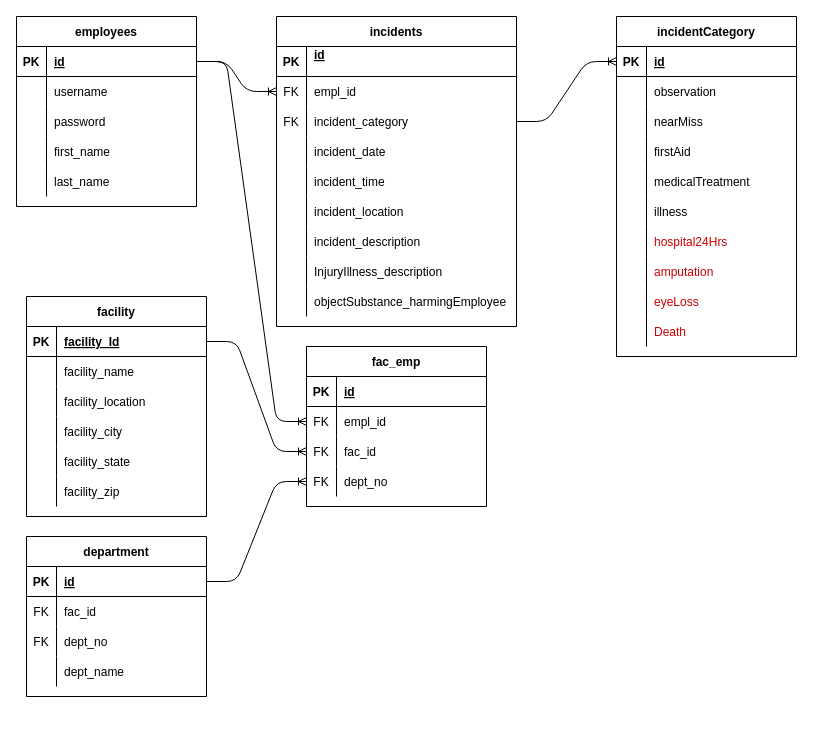
This is IncidentReport/Final_API_Project.drawio from becje/spring-boot-final-project, a draw.io file, before an edit. Source tidied: cells renumbered, new cells numbered last; positions are measured from the earlier drawing's top-left corner, leaving out a move shared by most shapes. Both pictures are drawn from the tidied source at 100%, with x=0, y=0 at pixel (16, 16).
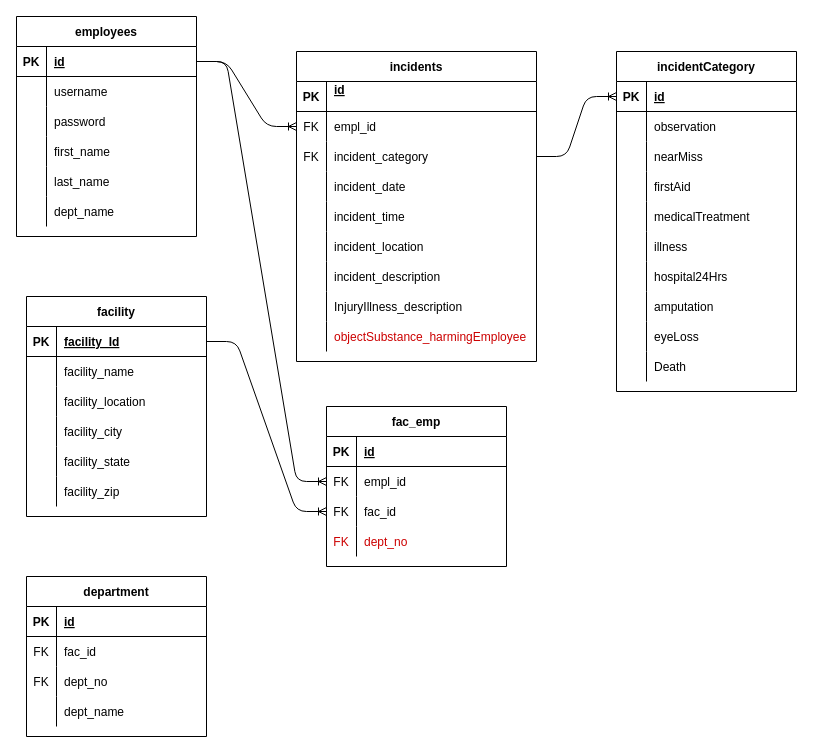
The same diagram, later.

Commit message (it also covers changes not shown here):
Final_API_Project_ERD_v1.2

The change refers to these unchanged cells:
```xml
<mxCell id="43" style="shape=partialRectangle;fillColor=none;top=0;left=0;bottom=0;right=0;fontColor=#CC0000;" parent="18" vertex="1">
  <mxGeometry y="270" width="240" height="30" as="geometry" />
</mxCell>
<mxCell id="84" style="shape=partialRectangle;fillColor=none;top=0;left=0;bottom=0;right=0;" parent="65" vertex="1">
  <mxGeometry y="210" width="180" height="30" as="geometry" />
</mxCell>
<mxCell id="87" style="shape=partialRectangle;fillColor=none;top=0;left=0;bottom=0;right=0;" parent="65" vertex="1">
  <mxGeometry y="240" width="180" height="30" as="geometry" />
</mxCell>
<mxCell id="90" style="shape=partialRectangle;fillColor=none;top=0;left=0;bottom=0;right=0;" parent="65" vertex="1">
  <mxGeometry y="270" width="180" height="30" as="geometry" />
</mxCell>
<mxCell id="93" style="shape=partialRectangle;fillColor=none;top=0;left=0;bottom=0;right=0;" parent="65" vertex="1">
  <mxGeometry y="300" width="180" height="30" as="geometry" />
</mxCell>
<mxCell id="97" style="shape=partialRectangle;fillColor=none;top=0;left=0;bottom=1;right=0;points=[[0,0.5],[1,0.5]];portConstraint=eastwest;" parent="96" vertex="1">
  <mxGeometry y="30" width="180" height="30" as="geometry" />
</mxCell>
```

Change to the diagram source:
```diff
@@
     <mxCell id="2" value="employees" style="shape=table;startSize=30;childLayout=tableLayout;rowLines=0;fontStyle=1;align=center;" parent="1" vertex="1">
-      <mxGeometry width="180" height="190" as="geometry" />
+      <mxGeometry width="180" height="220" as="geometry" />
     </mxCell>
@@
+    <mxCell id="106" style="shape=partialRectangle;fillColor=none;top=0;left=0;bottom=0;right=0;" parent="2" vertex="1">
+      <mxGeometry y="180" width="180" height="30" as="geometry" />
+    </mxCell>
+    <mxCell id="107" style="shape=partialRectangle;fillColor=none;top=0;left=0;bottom=0;right=0;overflow=hidden;" parent="106" vertex="1">
+      <mxGeometry width="30" height="30" as="geometry" />
+    </mxCell>
+    <mxCell id="108" value="dept_name" style="shape=partialRectangle;fillColor=none;top=0;left=0;bottom=0;right=0;align=left;spacingLeft=6;overflow=hidden;" parent="106" vertex="1">
+      <mxGeometry x="30" width="150" height="30" as="geometry" />
+    </mxCell>
     <mxCell id="18" value="incidents" style="shape=table;startSize=30;childLayout=tableLayout;rowLines=0;fontStyle=1;align=center;" parent="1" vertex="1">
-      <mxGeometry x="260" width="240" height="310" as="geometry" />
+      <mxGeometry x="280" y="35" width="240" height="310" as="geometry" />
     </mxCell>
@@
-    <mxCell id="45" value="objectSubstance_harmingEmployee" style="shape=partialRectangle;fillColor=none;top=0;left=0;bottom=0;right=0;align=left;spacingLeft=6;overflow=hidden;" parent="43" vertex="1">
+    <mxCell id="45" value="objectSubstance_harmingEmployee" style="shape=partialRectangle;fillColor=none;top=0;left=0;bottom=0;right=0;align=left;spacingLeft=6;overflow=hidden;fontColor=#CC0000;" parent="43" vertex="1">
       <mxGeometry x="30" width="210" height="30" as="geometry" />
     </mxCell>
@@
     <mxCell id="65" value="incidentCategory" style="shape=table;startSize=30;childLayout=tableLayout;rowLines=0;fontStyle=1;align=center;" parent="1" vertex="1">
-      <mxGeometry x="600" width="180" height="340" as="geometry" />
+      <mxGeometry x="600" y="35" width="180" height="340" as="geometry" />
     </mxCell>
@@
-    <mxCell id="86" value="hospital24Hrs" style="shape=partialRectangle;fillColor=none;top=0;left=0;bottom=0;right=0;align=left;spacingLeft=6;overflow=hidden;fontColor=#CC0000;" parent="84" vertex="1">
+    <mxCell id="86" value="hospital24Hrs" style="shape=partialRectangle;fillColor=none;top=0;left=0;bottom=0;right=0;align=left;spacingLeft=6;overflow=hidden;" parent="84" vertex="1">
       <mxGeometry x="30" width="150" height="30" as="geometry" />
     </mxCell>
@@
-    <mxCell id="89" value="amputation" style="shape=partialRectangle;fillColor=none;top=0;left=0;bottom=0;right=0;align=left;spacingLeft=6;overflow=hidden;fontColor=#CC0000;" parent="87" vertex="1">
+    <mxCell id="89" value="amputation" style="shape=partialRectangle;fillColor=none;top=0;left=0;bottom=0;right=0;align=left;spacingLeft=6;overflow=hidden;" parent="87" vertex="1">
       <mxGeometry x="30" width="150" height="30" as="geometry" />
     </mxCell>
@@
-    <mxCell id="92" value="eyeLoss" style="shape=partialRectangle;fillColor=none;top=0;left=0;bottom=0;right=0;align=left;spacingLeft=6;overflow=hidden;fontColor=#CC0000;" parent="90" vertex="1">
+    <mxCell id="92" value="eyeLoss" style="shape=partialRectangle;fillColor=none;top=0;left=0;bottom=0;right=0;align=left;spacingLeft=6;overflow=hidden;" parent="90" vertex="1">
       <mxGeometry x="30" width="150" height="30" as="geometry" />
     </mxCell>
@@
-    <mxCell id="95" value="Death" style="shape=partialRectangle;fillColor=none;top=0;left=0;bottom=0;right=0;align=left;spacingLeft=6;overflow=hidden;fontColor=#CC0000;" parent="93" vertex="1">
+    <mxCell id="95" value="Death" style="shape=partialRectangle;fillColor=none;top=0;left=0;bottom=0;right=0;align=left;spacingLeft=6;overflow=hidden;" parent="93" vertex="1">
       <mxGeometry x="30" width="150" height="30" as="geometry" />
     </mxCell>
     <mxCell id="96" value="department" style="shape=table;startSize=30;childLayout=tableLayout;rowLines=0;fontStyle=1;align=center;" parent="1" vertex="1">
-      <mxGeometry x="10" y="520" width="180" height="160" as="geometry" />
+      <mxGeometry x="10" y="560" width="180" height="160" as="geometry" />
     </mxCell>
@@
-    <mxCell id="106" style="shape=partialRectangle;fillColor=none;top=0;left=0;bottom=0;right=0;" parent="96" vertex="1">
-      <mxGeometry y="120" width="180" height="30" as="geometry" />
-    </mxCell>
-    <mxCell id="107" style="shape=partialRectangle;fillColor=none;top=0;left=0;bottom=0;right=0;overflow=hidden;" parent="106" vertex="1">
-      <mxGeometry width="30" height="30" as="geometry" />
-    </mxCell>
-    <mxCell id="108" value="dept_name" style="shape=partialRectangle;fillColor=none;top=0;left=0;bottom=0;right=0;align=left;spacingLeft=6;overflow=hidden;" parent="106" vertex="1">
-      <mxGeometry x="30" width="150" height="30" as="geometry" />
-    </mxCell>
+    <mxCell id="127" style="shape=partialRectangle;fillColor=none;top=0;left=0;bottom=0;right=0;fontColor=#0000CC;" parent="96" vertex="1">
+      <mxGeometry y="120" width="180" height="30" as="geometry" />
+    </mxCell>
+    <mxCell id="128" style="shape=partialRectangle;fillColor=none;top=0;left=0;bottom=0;right=0;overflow=hidden;" parent="127" vertex="1">
+      <mxGeometry width="30" height="30" as="geometry" />
+    </mxCell>
+    <mxCell id="129" value="dept_name" style="shape=partialRectangle;fillColor=none;top=0;left=0;bottom=0;right=0;align=left;spacingLeft=6;overflow=hidden;" parent="127" vertex="1">
+      <mxGeometry x="30" width="150" height="30" as="geometry" />
+    </mxCell>
     <mxCell id="109" value="fac_emp" style="shape=table;startSize=30;childLayout=tableLayout;rowLines=0;fontStyle=1;align=center;fontColor=#000000;" parent="1" vertex="1">
-      <mxGeometry x="290" y="330" width="180" height="160" as="geometry" />
+      <mxGeometry x="310" y="390" width="180" height="160" as="geometry" />
     </mxCell>
@@
-    <mxCell id="119" style="shape=partialRectangle;fillColor=none;top=0;left=0;bottom=0;right=0;points=[[0,0.5],[1,0.5]];portConstraint=eastwest;" parent="109" vertex="1">
+    <mxCell id="119" style="shape=partialRectangle;fillColor=none;top=0;left=0;bottom=0;right=0;points=[[0,0.5],[1,0.5]];portConstraint=eastwest;strokeColor=#0000FF;" parent="109" vertex="1">
       <mxGeometry y="120" width="180" height="30" as="geometry" />
     </mxCell>
-    <mxCell id="120" value="FK" style="shape=partialRectangle;fillColor=none;top=0;left=0;bottom=0;right=0;overflow=hidden;" parent="119" vertex="1">
+    <mxCell id="120" value="FK" style="shape=partialRectangle;fillColor=none;top=0;left=0;bottom=0;right=0;overflow=hidden;fontColor=#CC0000;" parent="119" vertex="1">
       <mxGeometry width="30" height="30" as="geometry" />
     </mxCell>
-    <mxCell id="121" value="dept_no" style="shape=partialRectangle;fillColor=none;top=0;left=0;bottom=0;right=0;align=left;spacingLeft=6;overflow=hidden;" parent="119" vertex="1">
+    <mxCell id="121" value="dept_no" style="shape=partialRectangle;fillColor=none;top=0;left=0;bottom=0;right=0;align=left;spacingLeft=6;overflow=hidden;fontColor=#CC0000;" parent="119" vertex="1">
       <mxGeometry x="30" width="150" height="30" as="geometry" />
     </mxCell>
@@
-    <mxCell id="126" style="edgeStyle=entityRelationEdgeStyle;fontSize=12;html=1;endArrow=ERoneToMany;entryX=0;entryY=0.5;entryDx=0;entryDy=0;exitX=1;exitY=0.5;exitDx=0;exitDy=0;" parent="1" edge="1" source="97" target="119">
-      <mxGeometry relative="1" as="geometry" />
-    </mxCell>
```
